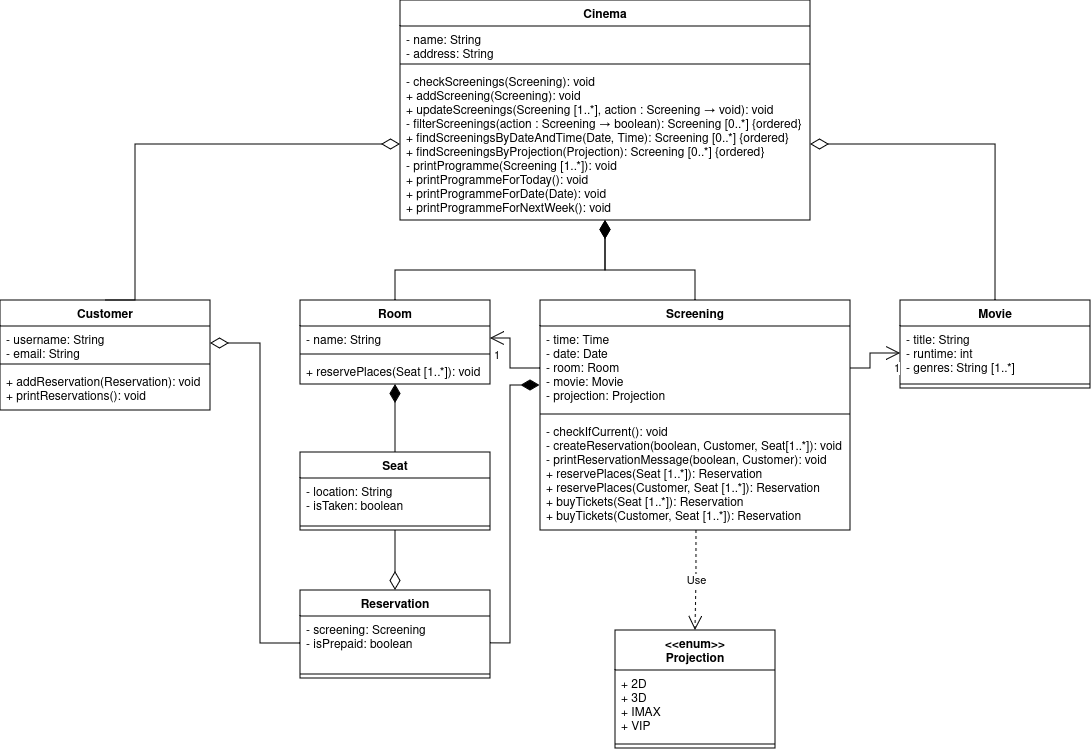
The draw.io diagram cinema-app.png in MacAposAGH/cinema-app, before a commit. Source tidied: cells renumbered, new cells last; positions are measured from the earlier drawing's top-left corner, leaving out a move shared by most shapes. The source it was exported from:
```xml
<mxGraphModel>
  <root>
    <mxCell id="0" />
    <mxCell id="1" parent="0" />
    <mxCell id="2" value="Cinema" style="swimlane;fontStyle=1;align=center;verticalAlign=top;horizontal=1;startSize=26;" parent="1" vertex="1">
      <mxGeometry x="400" width="410" height="220" as="geometry" />
    </mxCell>
    <mxCell id="3" value="- name: String&#10;- address: String&#10;" style="text;strokeColor=none;fillColor=none;align=left;verticalAlign=top;spacingLeft=4;spacingRight=4;overflow=hidden;points=[[0,0.5],[1,0.5]];portConstraint=eastwest;" parent="2" vertex="1">
      <mxGeometry y="26" width="410" height="34" as="geometry" />
    </mxCell>
    <mxCell id="4" style="line;strokeWidth=1;fillColor=none;align=left;verticalAlign=middle;spacingTop=-1;spacingLeft=3;spacingRight=3;labelPosition=right;" parent="2" vertex="1">
      <mxGeometry y="60" width="410" height="8" as="geometry" />
    </mxCell>
    <mxCell id="5" value="- checkScreenings(Screening): void&#10;+ addScreening(Screening): void&#10;+ updateScreenings(Screening [1..*], action : Screening → void): void&#10;- filterScreenings(action : Screening → boolean): Screening [0..*] {ordered}&#10;+ findScreeningsByDateAndTime(Date, Time): Screening [0..*] {ordered}&#10;+ findScreeningsByProjection(Projection): Screening [0..*] {ordered}&#10;- printProgramme(Screening [1..*]): void&#10;+ printProgrammeForToday(): void&#10;+ printProgrammeForDate(Date): void&#10;+ printProgrammeForNextWeek(): void" style="text;strokeColor=none;fillColor=none;align=left;verticalAlign=top;spacingLeft=4;spacingRight=4;overflow=hidden;points=[[0,0.5],[1,0.5]];portConstraint=eastwest;" parent="2" vertex="1">
      <mxGeometry y="68" width="410" height="152" as="geometry" />
    </mxCell>
    <mxCell id="6" value="Room" style="swimlane;fontStyle=1;align=center;verticalAlign=top;horizontal=1;startSize=26;" parent="1" vertex="1">
      <mxGeometry x="300" y="300" width="190" height="84" as="geometry" />
    </mxCell>
    <mxCell id="7" value="- name: String&#10;" style="text;strokeColor=none;fillColor=none;align=left;verticalAlign=top;spacingLeft=4;spacingRight=4;overflow=hidden;points=[[0,0.5],[1,0.5]];portConstraint=eastwest;" parent="6" vertex="1">
      <mxGeometry y="26" width="190" height="24" as="geometry" />
    </mxCell>
    <mxCell id="8" style="line;strokeWidth=1;fillColor=none;align=left;verticalAlign=middle;spacingTop=-1;spacingLeft=3;spacingRight=3;labelPosition=right;" parent="6" vertex="1">
      <mxGeometry y="50" width="190" height="8" as="geometry" />
    </mxCell>
    <mxCell id="9" value="+ reservePlaces(Seat [1..*]): void" style="text;strokeColor=none;fillColor=none;align=left;verticalAlign=top;spacingLeft=4;spacingRight=4;overflow=hidden;" parent="6" vertex="1">
      <mxGeometry y="58" width="190" height="26" as="geometry" />
    </mxCell>
    <mxCell id="10" value="Movie" style="swimlane;fontStyle=1;align=center;verticalAlign=top;horizontal=1;startSize=26;" parent="1" vertex="1">
      <mxGeometry x="900" y="300" width="190" height="88" as="geometry" />
    </mxCell>
    <mxCell id="11" value="- title: String&#10;- runtime: int&#10;- genres: String [1..*]&#10;" style="text;strokeColor=none;fillColor=none;align=left;verticalAlign=top;spacingLeft=4;spacingRight=4;overflow=hidden;points=[[0,0.5],[1,0.5]];portConstraint=eastwest;" parent="10" vertex="1">
      <mxGeometry y="26" width="190" height="54" as="geometry" />
    </mxCell>
    <mxCell id="12" style="line;strokeWidth=1;fillColor=none;align=left;verticalAlign=middle;spacingTop=-1;spacingLeft=3;spacingRight=3;labelPosition=right;" parent="10" vertex="1">
      <mxGeometry y="80" width="190" height="8" as="geometry" />
    </mxCell>
    <mxCell id="13" value="Screening" style="swimlane;fontStyle=1;align=center;verticalAlign=top;horizontal=1;startSize=26;" parent="1" vertex="1">
      <mxGeometry x="540" y="300" width="310" height="230" as="geometry" />
    </mxCell>
    <mxCell id="14" value="- time: Time&#10;- date: Date&#10;- room: Room&#10;- movie: Movie&#10;- projection: Projection" style="text;strokeColor=none;fillColor=none;align=left;verticalAlign=top;spacingLeft=4;spacingRight=4;overflow=hidden;points=[[0,0.5],[1,0.5]];portConstraint=eastwest;" parent="13" vertex="1">
      <mxGeometry y="26" width="310" height="84" as="geometry" />
    </mxCell>
    <mxCell id="15" style="line;strokeWidth=1;fillColor=none;align=left;verticalAlign=middle;spacingTop=-1;spacingLeft=3;spacingRight=3;labelPosition=right;" parent="13" vertex="1">
      <mxGeometry y="110" width="310" height="8" as="geometry" />
    </mxCell>
    <mxCell id="16" value="- checkIfCurrent(): void&#10;- createReservation(boolean, Customer, Seat[1..*]): void&#10;- printReservationMessage(boolean, Customer): void&#10;+ reservePlaces(Seat [1..*]): Reservation&#10;+ reservePlaces(Customer, Seat [1..*]): Reservation&#10;+ buyTickets(Seat [1..*]): Reservation&#10;+ buyTickets(Customer, Seat [1..*]): Reservation&#10;&#10;" style="text;strokeColor=none;fillColor=none;align=left;verticalAlign=top;spacingLeft=4;spacingRight=4;overflow=hidden;points=[[0,0.5],[1,0.5]];portConstraint=eastwest;" parent="13" vertex="1">
      <mxGeometry y="118" width="310" height="112" as="geometry" />
    </mxCell>
    <mxCell id="17" value="&lt;&lt;enum&gt;&gt;&#10;Projection" style="swimlane;fontStyle=1;align=center;verticalAlign=top;horizontal=1;startSize=40;" parent="1" vertex="1">
      <mxGeometry x="615" y="630" width="160" height="118" as="geometry" />
    </mxCell>
    <mxCell id="18" value="+ 2D&#10;+ 3D&#10;+ IMAX&#10;+ VIP" style="text;strokeColor=none;fillColor=none;align=left;verticalAlign=top;spacingLeft=4;spacingRight=4;overflow=hidden;" parent="17" vertex="1">
      <mxGeometry y="40" width="160" height="70" as="geometry" />
    </mxCell>
    <mxCell id="19" style="line;strokeWidth=1;fillColor=none;align=left;verticalAlign=middle;spacingTop=-1;spacingLeft=3;spacingRight=3;labelPosition=right;" parent="17" vertex="1">
      <mxGeometry y="110" width="160" height="8" as="geometry" />
    </mxCell>
    <mxCell id="20" value="Seat" style="swimlane;fontStyle=1;align=center;verticalAlign=top;horizontal=1;startSize=26;" parent="1" vertex="1">
      <mxGeometry x="300" y="452" width="190" height="78" as="geometry" />
    </mxCell>
    <mxCell id="21" value="- location: String&#10;- isTaken: boolean&#10;" style="text;strokeColor=none;fillColor=none;align=left;verticalAlign=top;spacingLeft=4;spacingRight=4;overflow=hidden;" parent="20" vertex="1">
      <mxGeometry y="26" width="190" height="44" as="geometry" />
    </mxCell>
    <mxCell id="22" style="line;strokeWidth=1;fillColor=none;align=left;verticalAlign=middle;spacingTop=-1;spacingLeft=3;spacingRight=3;labelPosition=right;" parent="20" vertex="1">
      <mxGeometry y="70" width="190" height="8" as="geometry" />
    </mxCell>
    <mxCell id="23" value="Customer" style="swimlane;fontStyle=1;align=center;verticalAlign=top;horizontal=1;startSize=26;" parent="1" vertex="1">
      <mxGeometry y="300" width="210" height="110" as="geometry" />
    </mxCell>
    <mxCell id="24" value="- username: String&#10;- email: String&#10;" style="text;strokeColor=none;fillColor=none;align=left;verticalAlign=top;spacingLeft=4;spacingRight=4;overflow=hidden;points=[[0,0.5],[1,0.5]];portConstraint=eastwest;" parent="23" vertex="1">
      <mxGeometry y="26" width="210" height="34" as="geometry" />
    </mxCell>
    <mxCell id="25" style="line;strokeWidth=1;fillColor=none;align=left;verticalAlign=middle;spacingTop=-1;spacingLeft=3;spacingRight=3;labelPosition=right;" parent="23" vertex="1">
      <mxGeometry y="60" width="210" height="8" as="geometry" />
    </mxCell>
    <mxCell id="26" value="+ addReservation(Reservation): void&#10;+ printReservations(): void" style="text;strokeColor=none;fillColor=none;align=left;verticalAlign=top;spacingLeft=4;spacingRight=4;overflow=hidden;" parent="23" vertex="1">
      <mxGeometry y="68" width="210" height="42" as="geometry" />
    </mxCell>
    <mxCell id="27" style="edgeStyle=orthogonalEdgeStyle;rounded=0;jettySize=auto;html=1;entryX=0.5;entryY=1;entryDx=0;entryDy=0;endArrow=diamondThin;endFill=1;endSize=16;exitX=0.5;exitY=0;exitDx=0;exitDy=0;" parent="1" edge="1" source="20" target="6">
      <mxGeometry relative="1" as="geometry" />
    </mxCell>
    <mxCell id="28" value="Use" style="endArrow=open;endSize=12;dashed=1;html=1;rounded=0;edgeStyle=orthogonalEdgeStyle;entryX=0.5;entryY=0;entryDx=0;entryDy=0;" parent="1" edge="1" source="16" target="17">
      <mxGeometry relative="1" as="geometry">
        <Array as="points">
          <mxPoint x="696" y="580" />
          <mxPoint x="695" y="580" />
        </Array>
      </mxGeometry>
    </mxCell>
    <mxCell id="29" value="Reservation" style="swimlane;fontStyle=1;align=center;verticalAlign=top;horizontal=1;startSize=26;" parent="1" vertex="1">
      <mxGeometry x="300" y="590" width="190" height="88" as="geometry" />
    </mxCell>
    <mxCell id="30" value="- screening: Screening&#10;- isPrepaid: boolean&#10;" style="text;strokeColor=none;fillColor=none;align=left;verticalAlign=top;spacingLeft=4;spacingRight=4;overflow=hidden;points=[[0,0.5],[1,0.5]];portConstraint=eastwest;" parent="29" vertex="1">
      <mxGeometry y="26" width="190" height="54" as="geometry" />
    </mxCell>
    <mxCell id="31" style="line;strokeWidth=1;fillColor=none;align=left;verticalAlign=middle;spacingTop=-1;spacingLeft=3;spacingRight=3;labelPosition=right;" parent="29" vertex="1">
      <mxGeometry y="80" width="190" height="8" as="geometry" />
    </mxCell>
    <mxCell id="32" style="edgeStyle=orthogonalEdgeStyle;rounded=0;jettySize=auto;html=1;entryX=0;entryY=0.5;entryDx=0;entryDy=0;endArrow=open;endFill=0;endSize=12;exitX=1;exitY=0.5;exitDx=0;exitDy=0;" parent="1" edge="1" source="14" target="11">
      <mxGeometry relative="1" as="geometry" />
    </mxCell>
    <mxCell id="33" style="edgeStyle=orthogonalEdgeStyle;rounded=0;jettySize=auto;html=1;entryX=0.5;entryY=0;entryDx=0;entryDy=0;endArrow=diamondThin;endFill=0;endSize=16;exitX=0.5;exitY=1;exitDx=0;exitDy=0;" parent="1" edge="1" source="20" target="29">
      <mxGeometry relative="1" as="geometry" />
    </mxCell>
    <mxCell id="34" style="edgeStyle=orthogonalEdgeStyle;rounded=0;jettySize=auto;html=1;entryX=1;entryY=0.5;entryDx=0;entryDy=0;endArrow=diamondThin;endFill=0;endSize=16;exitX=0;exitY=0.5;exitDx=0;exitDy=0;" parent="1" edge="1" source="30" target="24">
      <mxGeometry relative="1" as="geometry" />
    </mxCell>
    <mxCell id="35" style="edgeStyle=orthogonalEdgeStyle;rounded=0;jettySize=auto;html=1;entryX=-0.002;entryY=0.704;entryDx=0;entryDy=0;endArrow=diamondThin;endFill=1;endSize=16;exitX=1;exitY=0.5;exitDx=0;exitDy=0;entryPerimeter=0;" parent="1" edge="1" source="30" target="14">
      <mxGeometry relative="1" as="geometry" />
    </mxCell>
    <mxCell id="36" style="edgeStyle=orthogonalEdgeStyle;rounded=0;jettySize=auto;html=1;entryX=1;entryY=0.5;entryDx=0;entryDy=0;endArrow=diamondThin;endFill=0;endSize=16;exitX=0.5;exitY=0;exitDx=0;exitDy=0;" parent="1" edge="1" source="10" target="5">
      <mxGeometry relative="1" as="geometry" />
    </mxCell>
    <mxCell id="37" style="edgeStyle=orthogonalEdgeStyle;rounded=0;jettySize=auto;html=1;endArrow=diamondThin;endFill=1;endSize=16;entryX=0.5;entryY=1;entryDx=0;entryDy=0;exitX=0.5;exitY=0;exitDx=0;exitDy=0;" parent="1" edge="1" source="6" target="2">
      <mxGeometry relative="1" as="geometry">
        <Array as="points">
          <mxPoint x="395" y="270" />
          <mxPoint x="605" y="270" />
        </Array>
      </mxGeometry>
    </mxCell>
    <mxCell id="38" style="edgeStyle=orthogonalEdgeStyle;rounded=0;jettySize=auto;html=1;endArrow=diamondThin;endFill=1;endSize=16;exitX=0.5;exitY=0;exitDx=0;exitDy=0;" parent="1" edge="1" source="13" target="5">
      <mxGeometry relative="1" as="geometry">
        <Array as="points">
          <mxPoint x="695" y="270" />
          <mxPoint x="605" y="270" />
        </Array>
      </mxGeometry>
    </mxCell>
    <mxCell id="39" style="edgeStyle=orthogonalEdgeStyle;rounded=0;jettySize=auto;html=1;endArrow=diamondThin;endFill=0;endSize=16;entryX=0;entryY=0.5;entryDx=0;entryDy=0;exitX=0.5;exitY=0;exitDx=0;exitDy=0;" parent="1" edge="1" source="23" target="5">
      <mxGeometry relative="1" as="geometry">
        <Array as="points">
          <mxPoint x="135" y="144" />
        </Array>
      </mxGeometry>
    </mxCell>
    <mxCell id="40" style="edgeStyle=orthogonalEdgeStyle;rounded=0;jettySize=auto;html=1;entryX=1;entryY=0.5;entryDx=0;entryDy=0;endArrow=open;endFill=0;endSize=12;startSize=6;exitX=0;exitY=0.5;exitDx=0;exitDy=0;" parent="1" edge="1" source="14" target="7">
      <mxGeometry relative="1" as="geometry">
        <Array as="points">
          <mxPoint x="510" y="368" />
          <mxPoint x="510" y="338" />
        </Array>
      </mxGeometry>
    </mxCell>
    <mxCell id="41" value="1" style="edgeLabel;html=1;align=right;verticalAlign=top;" parent="1" vertex="1">
      <mxGeometry x="500" y="342" as="geometry" />
    </mxCell>
    <mxCell id="42" value="1" style="edgeLabel;html=1;align=right;verticalAlign=top;" parent="1" vertex="1">
      <mxGeometry x="900" y="355" as="geometry" />
    </mxCell>
  </root>
</mxGraphModel>
```
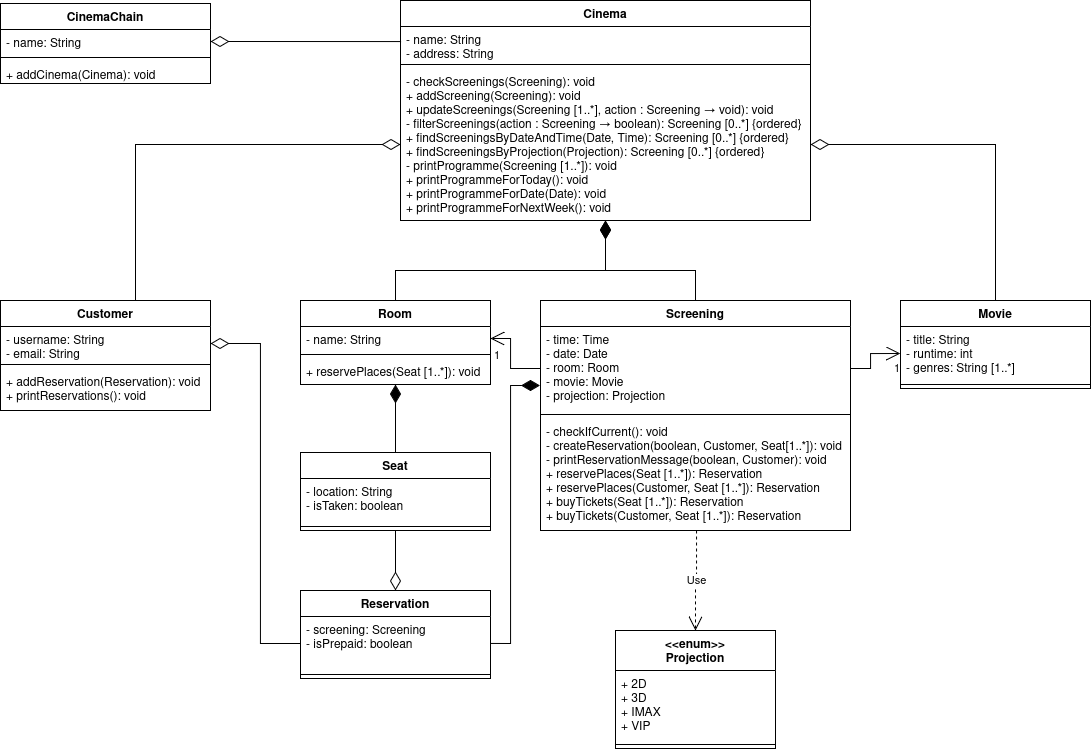
After the change.

The edit, as a diff of the source:
```diff
@@ -149,5 +149,24 @@
     <mxCell id="42" value="1" style="edgeLabel;html=1;align=right;verticalAlign=top;" parent="1" vertex="1">
       <mxGeometry x="900" y="355" as="geometry" />
     </mxCell>
+    <mxCell id="43" value="CinemaChain" style="swimlane;fontStyle=1;align=center;verticalAlign=top;horizontal=1;startSize=26;" parent="1" vertex="1">
+      <mxGeometry y="3" width="210" height="80" as="geometry" />
+    </mxCell>
+    <mxCell id="44" value="- name: String&#10;" style="text;strokeColor=none;fillColor=none;align=left;verticalAlign=top;spacingLeft=4;spacingRight=4;overflow=hidden;points=[[0,0.5],[1,0.5]];portConstraint=eastwest;" parent="43" vertex="1">
+      <mxGeometry y="26" width="210" height="24" as="geometry" />
+    </mxCell>
+    <mxCell id="45" style="line;strokeWidth=1;fillColor=none;align=left;verticalAlign=middle;spacingTop=-1;spacingLeft=3;spacingRight=3;labelPosition=right;" parent="43" vertex="1">
+      <mxGeometry y="50" width="210" height="8" as="geometry" />
+    </mxCell>
+    <mxCell id="46" value="+ addCinema(Cinema): void" style="text;strokeColor=none;fillColor=none;align=left;verticalAlign=top;spacingLeft=4;spacingRight=4;overflow=hidden;" parent="43" vertex="1">
+      <mxGeometry y="58" width="210" height="22" as="geometry" />
+    </mxCell>
+    <mxCell id="47" style="edgeStyle=orthogonalEdgeStyle;rounded=0;jettySize=auto;html=1;endArrow=diamondThin;endFill=0;endSize=16;entryX=1;entryY=0.5;entryDx=0;entryDy=0;exitX=0;exitY=0.5;exitDx=0;exitDy=0;" parent="1" edge="1" source="3" target="44">
+      <mxGeometry relative="1" as="geometry">
+        <Array as="points">
+          <mxPoint x="400" y="41" />
+        </Array>
+      </mxGeometry>
+    </mxCell>
   </root>
 </mxGraphModel>
```
